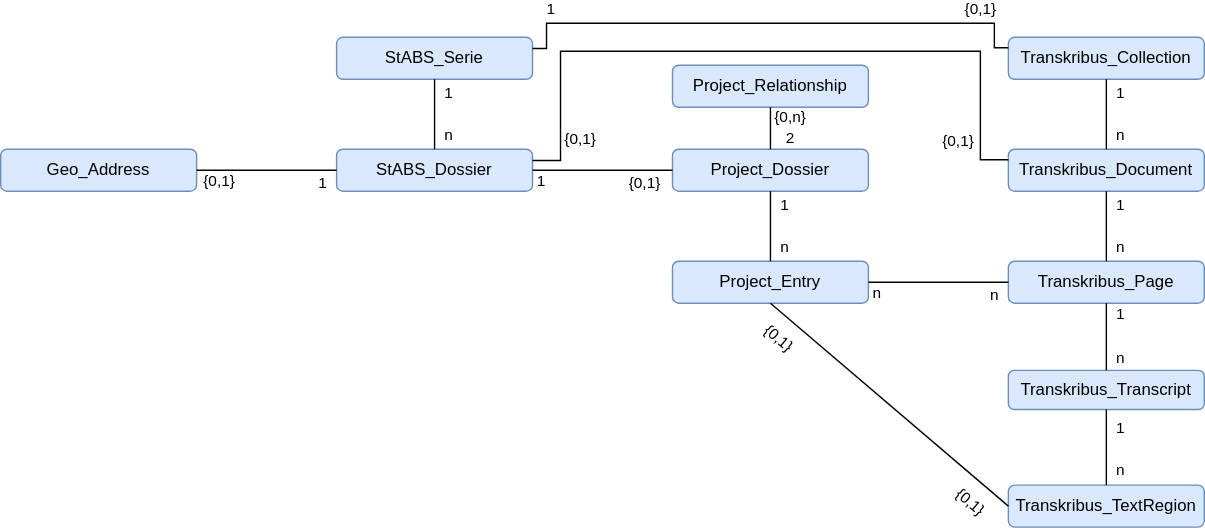
The draw.io diagram entityRelations.drawio.svg in history-unibas/Postgresql-Project-Database, before a commit. Source tidied: cells renumbered, new cells last; positions are measured from the earlier drawing's top-left corner, leaving out a move shared by most shapes.
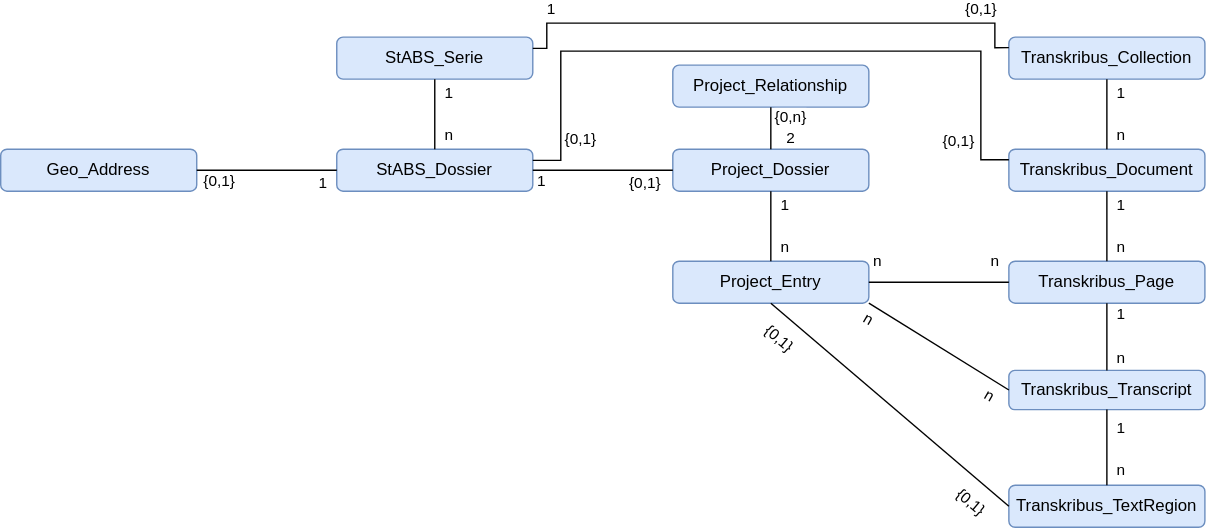
The same file after the commit.

Diff of the diagram source:
```diff
@@ -117,12 +117,12 @@
     </mxCell>
     <mxCell id="29" value="n" style="edgeLabel;html=1;align=center;verticalAlign=middle;" parent="28" vertex="1">
       <mxGeometry x="0.23" y="2" relative="1" as="geometry">
-        <mxPoint x="-56" y="10" as="offset" />
+        <mxPoint x="-56" y="-13" as="offset" />
       </mxGeometry>
     </mxCell>
     <mxCell id="30" value="n" style="edgeLabel;html=1;align=center;verticalAlign=middle;" parent="28" vertex="1">
       <mxGeometry relative="1" as="geometry">
-        <mxPoint x="40" y="9" as="offset" />
+        <mxPoint x="40" y="-15" as="offset" />
       </mxGeometry>
     </mxCell>
     <mxCell id="31" style="endArrow=none;html=1;rounded=0;entryX=0;entryY=0.5;entryDx=0;entryDy=0;exitX=0.5;exitY=1;exitDx=0;exitDy=0;" parent="1" edge="1" source="27" target="8">
@@ -220,5 +220,18 @@
         <mxPoint x="150" y="-10" as="offset" />
       </mxGeometry>
     </mxCell>
+    <mxCell id="52" style="endArrow=none;html=1;rounded=0;entryX=0;entryY=0.5;entryDx=0;entryDy=0;exitX=1;exitY=1;exitDx=0;exitDy=0;" parent="1" edge="1" source="27" target="7">
+      <mxGeometry relative="1" as="geometry" />
+    </mxCell>
+    <mxCell id="53" value="n" style="edgeLabel;html=1;align=center;verticalAlign=middle;rotation=30;" parent="52" vertex="1">
+      <mxGeometry x="0.23" y="2" relative="1" as="geometry">
+        <mxPoint x="-63" y="-26" as="offset" />
+      </mxGeometry>
+    </mxCell>
+    <mxCell id="54" value="n" style="edgeLabel;html=1;align=center;verticalAlign=middle;rotation=30;" parent="52" vertex="1">
+      <mxGeometry relative="1" as="geometry">
+        <mxPoint x="36" y="35" as="offset" />
+      </mxGeometry>
+    </mxCell>
   </root>
 </mxGraphModel>
```
